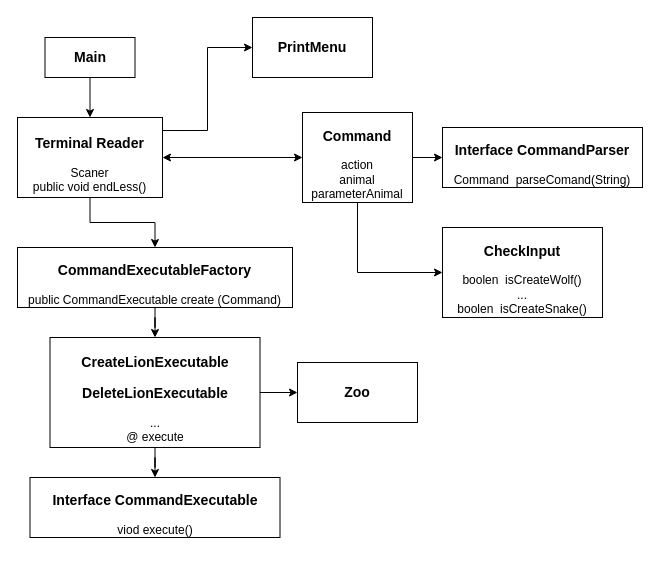
Before: HomeWork02/Drawio.drawio in Den-m1985/OOP_GB_Java, a draw.io diagram. Source tidied: cells renumbered, new cells numbered last; positions are measured from the earlier drawing's top-left corner, leaving out a move shared by most shapes. Both pictures are drawn from the tidied source at 100%, with x=0, y=0 at pixel (17, 17).
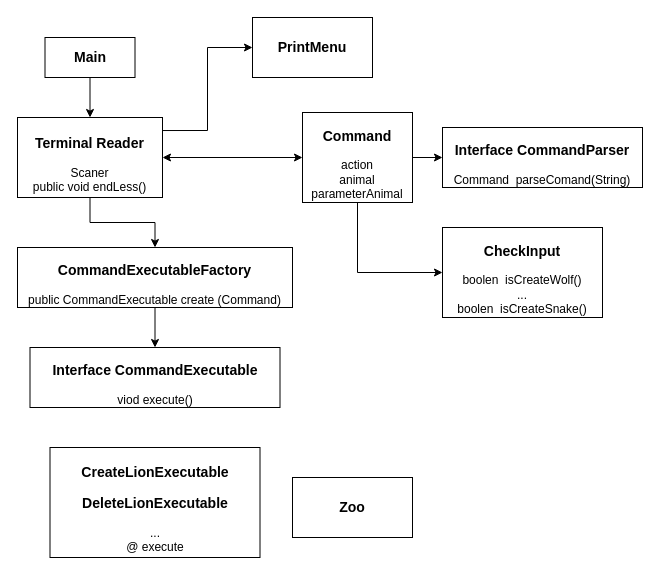
The same diagram, later.

The change refers to these unchanged cells:
```xml
<mxCell id="9" value="&lt;h3&gt;CommandExecutableFactory&lt;/h3&gt;public CommandExecutable create (Command)" style="rounded=0;whiteSpace=wrap;html=1;fontColor=#000000;" parent="1" vertex="1">
  <mxGeometry y="230" width="275" height="60" as="geometry" />
</mxCell>
```

The edit, as a diff of the source:
```diff
@@
-    <mxCell id="8" style="edgeStyle=orthogonalEdgeStyle;rounded=0;jettySize=auto;html=1;entryX=0.5;entryY=0;entryDx=0;entryDy=0;fontColor=#000000;" parent="1" edge="1" source="9" target="13">
-      <mxGeometry relative="1" as="geometry" />
-    </mxCell>
+    <mxCell id="21" style="edgeStyle=orthogonalEdgeStyle;rounded=0;jettySize=auto;html=1;entryX=0.5;entryY=0;entryDx=0;entryDy=0;" parent="1" edge="1" source="9" target="10">
+      <mxGeometry relative="1" as="geometry" />
+    </mxCell>
@@
     <mxCell id="10" value="&lt;h3&gt;Interface CommandExecutable&lt;/h3&gt;viod execute()" style="rounded=0;whiteSpace=wrap;html=1;fontColor=#000000;" parent="1" vertex="1">
-      <mxGeometry x="12.5" y="460" width="250" height="60" as="geometry" />
+      <mxGeometry x="12.5" y="330" width="250" height="60" as="geometry" />
     </mxCell>
-    <mxCell id="11" style="edgeStyle=orthogonalEdgeStyle;rounded=0;jettySize=auto;html=1;entryX=0.5;entryY=0;entryDx=0;entryDy=0;fontColor=#000000;" parent="1" edge="1" source="13" target="10">
-      <mxGeometry relative="1" as="geometry" />
-    </mxCell>
-    <mxCell id="12" style="edgeStyle=orthogonalEdgeStyle;rounded=0;jettySize=auto;html=1;entryX=0;entryY=0.5;entryDx=0;entryDy=0;fontColor=#000000;" parent="1" edge="1" source="13" target="17">
-      <mxGeometry relative="1" as="geometry" />
-    </mxCell>
     <mxCell id="13" value="&lt;h3&gt;CreateLionExecutable&lt;/h3&gt;&lt;div&gt;&lt;h3&gt;DeleteLionExecutable&lt;/h3&gt;&lt;/div&gt;&lt;div&gt;...&lt;/div&gt;@ execute" style="rounded=0;whiteSpace=wrap;html=1;fontColor=#000000;" parent="1" vertex="1">
-      <mxGeometry x="32.5" y="320" width="210" height="110" as="geometry" />
+      <mxGeometry x="32.5" y="430" width="210" height="110" as="geometry" />
     </mxCell>
@@
     <mxCell id="17" value="&lt;h3&gt;Zoo&lt;/h3&gt;" style="rounded=0;whiteSpace=wrap;html=1;strokeColor=default;fontColor=#000000;fillColor=none;" parent="1" vertex="1">
-      <mxGeometry x="280" y="345" width="120" height="60" as="geometry" />
+      <mxGeometry x="275" y="460" width="120" height="60" as="geometry" />
     </mxCell>
```
